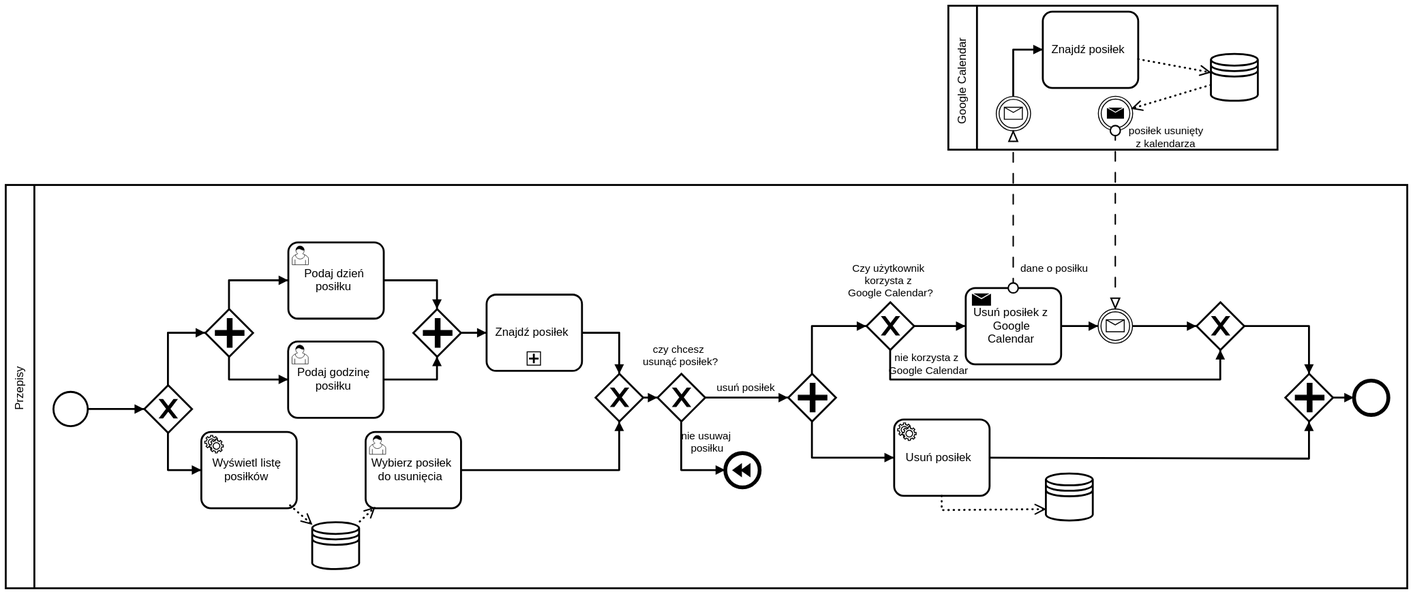
Earlier version of the BPMN export doc/diagramy/usunięcie_posiłku.svg (SebastianLasisz/Przepisy). Its source is kept beside it as doc/diagramy/usunięcie_posiłku.bpmn. Ids are renumbered.
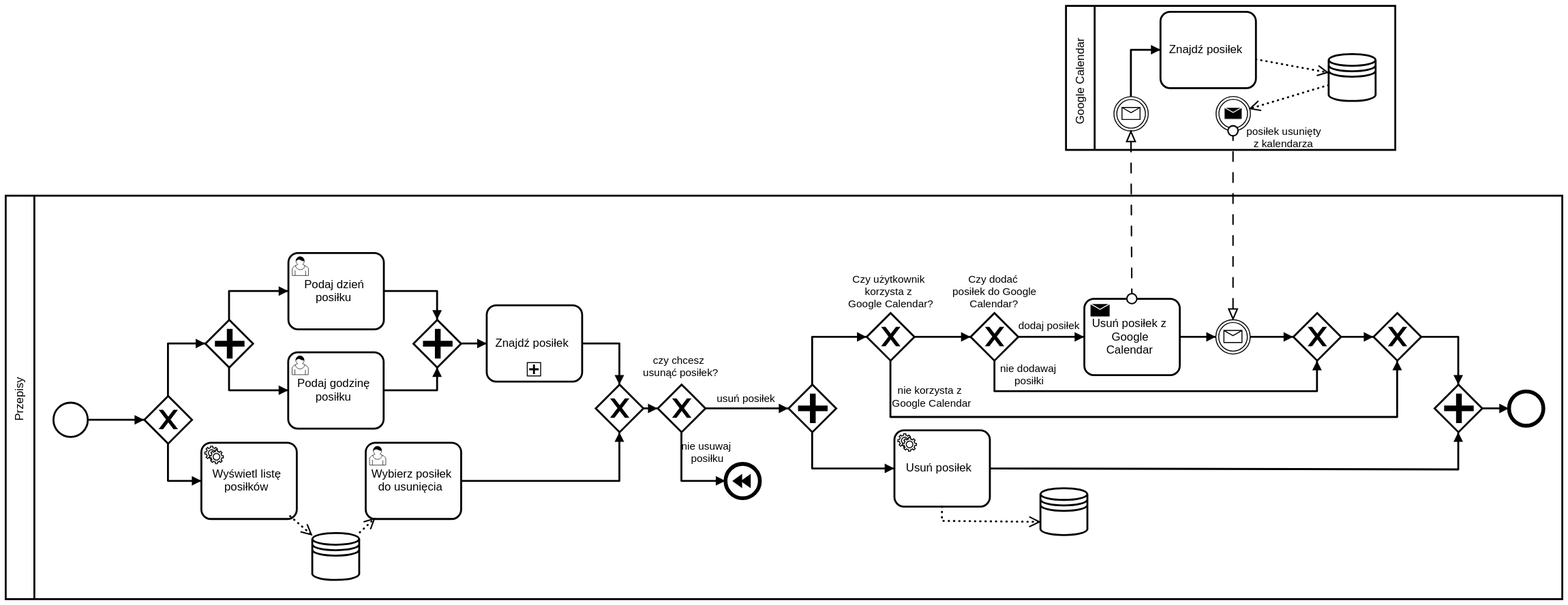
The same file after the commit.

What changed in the source:
```diff
@@ -5,36 +5,10 @@
     <bpmn:messageFlow id="MessageFlow_n5" name="posiłek usunięty z kalendarza" sourceRef="IntermediateThrowEvent_n6" targetRef="IntermediateCatchEvent_n7" />
-    <bpmn:messageFlow id="MessageFlow_n8" name="dane o posiłku" sourceRef="SendTask_n9" targetRef="IntermediateCatchEvent_n10" />
+    <bpmn:messageFlow id="MessageFlow_n62" sourceRef="SendTask_n9" targetRef="IntermediateCatchEvent_n10" />
   </bpmn:collaboration>
   <bpmn:process id="Process_1" isExecutable="false">
-    <bpmn:sequenceFlow id="SequenceFlow_n11" sourceRef="ParallelGateway_n12" targetRef="EndEvent_n13" />
     <bpmn:sequenceFlow id="SequenceFlow_n14" sourceRef="ServiceTask_n15" targetRef="ParallelGateway_n12" />
-    <bpmn:sequenceFlow id="SequenceFlow_n16" sourceRef="ExclusiveGateway_n17" targetRef="ParallelGateway_n12" />
-    <bpmn:sequenceFlow id="SequenceFlow_n18" sourceRef="IntermediateCatchEvent_n7" targetRef="ExclusiveGateway_n17" />
-    <bpmn:sequenceFlow id="SequenceFlow_n19" sourceRef="SendTask_n9" targetRef="IntermediateCatchEvent_n7" />
     <bpmn:sequenceFlow id="SequenceFlow_n20" name="nie korzysta z Google Calendar" sourceRef="ExclusiveGateway_n21" targetRef="ExclusiveGateway_n17" />
-    <bpmn:sequenceFlow id="SequenceFlow_n22" sourceRef="ExclusiveGateway_n21" targetRef="SendTask_n9" />
+    <bpmn:sequenceFlow id="SequenceFlow_n22" sourceRef="ExclusiveGateway_n21" targetRef="ExclusiveGateway_n63" />
     <bpmn:sequenceFlow id="SequenceFlow_n23" sourceRef="ParallelGateway_n24" targetRef="ServiceTask_n15" />
     <bpmn:sequenceFlow id="SequenceFlow_n25" sourceRef="ParallelGateway_n24" targetRef="ExclusiveGateway_n21" />
-    <bpmn:endEvent id="EndEvent_n13">
-      <bpmn:incoming>SequenceFlow_n11</bpmn:incoming>
-    </bpmn:endEvent>
-    <bpmn:sendTask id="SendTask_n9" name="Usuń posiłek z Google Calendar">
-      <bpmn:incoming>SequenceFlow_n22</bpmn:incoming>
-      <bpmn:outgoing>SequenceFlow_n19</bpmn:outgoing>
-    </bpmn:sendTask>
-    <bpmn:parallelGateway id="ParallelGateway_n12">
-      <bpmn:incoming>SequenceFlow_n16</bpmn:incoming>
-      <bpmn:incoming>SequenceFlow_n14</bpmn:incoming>
-      <bpmn:outgoing>SequenceFlow_n11</bpmn:outgoing>
-    </bpmn:parallelGateway>
-    <bpmn:exclusiveGateway id="ExclusiveGateway_n17">
-      <bpmn:incoming>SequenceFlow_n18</bpmn:incoming>
-      <bpmn:incoming>SequenceFlow_n20</bpmn:incoming>
-      <bpmn:outgoing>SequenceFlow_n16</bpmn:outgoing>
-    </bpmn:exclusiveGateway>
-    <bpmn:intermediateCatchEvent id="IntermediateCatchEvent_n7">
-      <bpmn:incoming>SequenceFlow_n19</bpmn:incoming>
-      <bpmn:outgoing>SequenceFlow_n18</bpmn:outgoing>
-      <bpmn:messageEventDefinition />
-    </bpmn:intermediateCatchEvent>
     <bpmn:exclusiveGateway id="ExclusiveGateway_n21" name="Czy użytkownik korzysta z Google Calendar?">
@@ -52,3 +26,2 @@
     </bpmn:startEvent>
-    <bpmn:dataStoreReference id="DataStoreReference_n28" />
     <bpmn:serviceTask id="ServiceTask_n15" name="Usuń posiłek">
@@ -129,2 +102,42 @@
     </bpmn:userTask>
+    <bpmn:sequenceFlow id="SequenceFlow_n19" sourceRef="SendTask_n9" targetRef="IntermediateCatchEvent_n7" />
+    <bpmn:sequenceFlow id="SequenceFlow_n18" sourceRef="IntermediateCatchEvent_n7" targetRef="ExclusiveGateway_n64" />
+    <bpmn:sequenceFlow id="SequenceFlow_n16" sourceRef="ExclusiveGateway_n17" targetRef="ParallelGateway_n12" />
+    <bpmn:sequenceFlow id="SequenceFlow_n11" sourceRef="ParallelGateway_n12" targetRef="EndEvent_n13" />
+    <bpmn:exclusiveGateway id="ExclusiveGateway_n63" name="Czy dodać posiłek do Google Calendar?">
+      <bpmn:incoming>SequenceFlow_n22</bpmn:incoming>
+      <bpmn:outgoing>SequenceFlow_n65</bpmn:outgoing>
+      <bpmn:outgoing>SequenceFlow_n66</bpmn:outgoing>
+    </bpmn:exclusiveGateway>
+    <bpmn:sendTask id="SendTask_n9" name="Usuń posiłek z Google Calendar">
+      <bpmn:incoming>SequenceFlow_n66</bpmn:incoming>
+      <bpmn:outgoing>SequenceFlow_n19</bpmn:outgoing>
+    </bpmn:sendTask>
+    <bpmn:sequenceFlow id="SequenceFlow_n65" name="nie dodawaj posiłki" sourceRef="ExclusiveGateway_n63" targetRef="ExclusiveGateway_n64" />
+    <bpmn:sequenceFlow id="SequenceFlow_n66" name="dodaj posiłek" sourceRef="ExclusiveGateway_n63" targetRef="SendTask_n9" />
+    <bpmn:sequenceFlow id="SequenceFlow_n67" sourceRef="ExclusiveGateway_n64" targetRef="ExclusiveGateway_n17" />
+    <bpmn:intermediateCatchEvent id="IntermediateCatchEvent_n7">
+      <bpmn:incoming>SequenceFlow_n19</bpmn:incoming>
+      <bpmn:outgoing>SequenceFlow_n18</bpmn:outgoing>
+      <bpmn:messageEventDefinition />
+    </bpmn:intermediateCatchEvent>
+    <bpmn:exclusiveGateway id="ExclusiveGateway_n64">
+      <bpmn:incoming>SequenceFlow_n18</bpmn:incoming>
+      <bpmn:incoming>SequenceFlow_n65</bpmn:incoming>
+      <bpmn:outgoing>SequenceFlow_n67</bpmn:outgoing>
+    </bpmn:exclusiveGateway>
+    <bpmn:exclusiveGateway id="ExclusiveGateway_n17">
+      <bpmn:incoming>SequenceFlow_n20</bpmn:incoming>
+      <bpmn:incoming>SequenceFlow_n67</bpmn:incoming>
+      <bpmn:outgoing>SequenceFlow_n16</bpmn:outgoing>
+    </bpmn:exclusiveGateway>
+    <bpmn:parallelGateway id="ParallelGateway_n12">
+      <bpmn:incoming>SequenceFlow_n16</bpmn:incoming>
+      <bpmn:incoming>SequenceFlow_n14</bpmn:incoming>
+      <bpmn:outgoing>SequenceFlow_n11</bpmn:outgoing>
+    </bpmn:parallelGateway>
+    <bpmn:endEvent id="EndEvent_n13">
+      <bpmn:incoming>SequenceFlow_n11</bpmn:incoming>
+    </bpmn:endEvent>
+    <bpmn:dataStoreReference id="DataStoreReference_n28" />
   </bpmn:process>
@@ -138,3 +151,2 @@
     <bpmn:dataStoreReference id="DataStoreReference_n59" />
-    <bpmn:sequenceFlow id="SequenceFlow_n57" sourceRef="IntermediateCatchEvent_n10" targetRef="Task_n56" />
     <bpmn:intermediateCatchEvent id="IntermediateCatchEvent_n10">
@@ -151,2 +163,3 @@
     </bpmn:intermediateThrowEvent>
+    <bpmn:sequenceFlow id="SequenceFlow_n57" sourceRef="IntermediateCatchEvent_n10" targetRef="Task_n56" />
   </bpmn:process>
@@ -155,3 +168,3 @@
       <bpmndi:BPMNShape id="Participant_n2_di" bpmnElement="Participant_n2">
-        <dc:Bounds x="123" y="-115" width="1469" height="423" />
+        <dc:Bounds x="123" y="-115" width="1631" height="423" />
       </bpmndi:BPMNShape>
@@ -164,3 +177,3 @@
       <bpmndi:BPMNShape id="Participant_n3_di" bpmnElement="Participant_n3">
-        <dc:Bounds x="1111" y="-303" width="345" height="151" />
+        <dc:Bounds x="1234" y="-314" width="345" height="151" />
       </bpmndi:BPMNShape>
@@ -174,5 +187,5 @@
         <di:waypoint xsi:type="dc:Point" x="1075" y="33" />
-        <di:waypoint xsi:type="dc:Point" x="1129" y="33" />
+        <di:waypoint xsi:type="dc:Point" x="1134" y="33" />
         <bpmndi:BPMNLabel>
-          <dc:Bounds x="1151" y="54" width="90" height="20" />
+          <dc:Bounds x="1442" y="73" width="90" height="20" />
         </bpmndi:BPMNLabel>
@@ -180,8 +193,8 @@
       <bpmndi:BPMNShape id="SendTask_n9_di" bpmnElement="SendTask_n9">
-        <dc:Bounds x="1129.213" y="-6.810000000000002" width="100" height="80" />
+        <dc:Bounds x="1253.213" y="-6.810000000000002" width="100" height="80" />
       </bpmndi:BPMNShape>
       <bpmndi:BPMNShape id="IntermediateCatchEvent_n10_di" bpmnElement="IntermediateCatchEvent_n10">
-        <dc:Bounds x="1161.213" y="-207.81" width="36" height="36" />
+        <dc:Bounds x="1284.213" y="-218.81" width="36" height="36" />
         <bpmndi:BPMNLabel>
-          <dc:Bounds x="1134.213" y="-171.81" width="90" height="20" />
+          <dc:Bounds x="1257.213" y="-182.81" width="90" height="20" />
         </bpmndi:BPMNLabel>
@@ -189,5 +202,5 @@
       <bpmndi:BPMNShape id="ExclusiveGateway_n17_di" bpmnElement="ExclusiveGateway_n17" isMarkerVisible="true">
-        <dc:Bounds x="1371.213" y="8" width="50" height="50" />
+        <dc:Bounds x="1556.213" y="8" width="50" height="50" />
         <bpmndi:BPMNLabel>
-          <dc:Bounds x="1351.213" y="58" width="90" height="20" />
+          <dc:Bounds x="1536.213" y="58" width="90" height="20" />
         </bpmndi:BPMNLabel>
@@ -195,5 +208,5 @@
       <bpmndi:BPMNShape id="DataStoreReference_n59_di" bpmnElement="DataStoreReference_n59">
-        <dc:Bounds x="1386.213" y="-253" width="50" height="50" />
+        <dc:Bounds x="1509.213" y="-264" width="50" height="50" />
         <bpmndi:BPMNLabel>
-          <dc:Bounds x="1366.213" y="-203" width="90" height="20" />
+          <dc:Bounds x="1489.213" y="-214" width="90" height="20" />
         </bpmndi:BPMNLabel>
@@ -201,5 +214,5 @@
       <bpmndi:BPMNShape id="IntermediateThrowEvent_n6_di" bpmnElement="IntermediateThrowEvent_n6">
-        <dc:Bounds x="1268.213" y="-208" width="36" height="36" />
+        <dc:Bounds x="1391.213" y="-219" width="36" height="36" />
         <bpmndi:BPMNLabel>
-          <dc:Bounds x="1241.213" y="-172" width="90" height="20" />
+          <dc:Bounds x="1364.213" y="-183" width="90" height="20" />
         </bpmndi:BPMNLabel>
@@ -207,9 +220,9 @@
       <bpmndi:BPMNEdge id="DataInputAssociation_n61_di" bpmnElement="DataInputAssociation_n61">
-        <di:waypoint xsi:type="dc:Point" x="1386" y="-220" />
-        <di:waypoint xsi:type="dc:Point" x="1303" y="-195" />
+        <di:waypoint xsi:type="dc:Point" x="1509" y="-231" />
+        <di:waypoint xsi:type="dc:Point" x="1426" y="-206" />
       </bpmndi:BPMNEdge>
       <bpmndi:BPMNShape id="IntermediateCatchEvent_n7_di" bpmnElement="IntermediateCatchEvent_n7">
-        <dc:Bounds x="1268" y="15" width="36" height="36" />
+        <dc:Bounds x="1391" y="15" width="36" height="36" />
         <bpmndi:BPMNLabel>
-          <dc:Bounds x="1241" y="51" width="90" height="20" />
+          <dc:Bounds x="1364" y="51" width="90" height="20" />
         </bpmndi:BPMNLabel>
@@ -217,6 +230,6 @@
       <bpmndi:BPMNEdge id="SequenceFlow_n19_di" bpmnElement="SequenceFlow_n19">
-        <di:waypoint xsi:type="dc:Point" x="1229" y="33" />
-        <di:waypoint xsi:type="dc:Point" x="1268" y="33" />
+        <di:waypoint xsi:type="dc:Point" x="1353" y="33" />
+        <di:waypoint xsi:type="dc:Point" x="1391" y="33" />
         <bpmndi:BPMNLabel>
-          <dc:Bounds x="1353" y="23" width="90" height="20" />
+          <dc:Bounds x="1644" y="42" width="90" height="20" />
         </bpmndi:BPMNLabel>
@@ -224,8 +237,8 @@
       <bpmndi:BPMNEdge id="MessageFlow_n5_di" bpmnElement="MessageFlow_n5">
-        <di:waypoint xsi:type="dc:Point" x="1286" y="-172" />
-        <di:waypoint xsi:type="dc:Point" x="1286" y="-75" />
-        <di:waypoint xsi:type="dc:Point" x="1286" y="-75" />
-        <di:waypoint xsi:type="dc:Point" x="1286" y="15" />
+        <di:waypoint xsi:type="dc:Point" x="1409" y="-183" />
+        <di:waypoint xsi:type="dc:Point" x="1409" y="-88" />
+        <di:waypoint xsi:type="dc:Point" x="1409" y="-88" />
+        <di:waypoint xsi:type="dc:Point" x="1409" y="15" />
         <bpmndi:BPMNLabel>
-          <dc:Bounds x="1295" y="-181" width="90" height="20" />
+          <dc:Bounds x="1418" y="-192" width="90" height="20" />
         </bpmndi:BPMNLabel>
@@ -233,6 +246,6 @@
       <bpmndi:BPMNEdge id="SequenceFlow_n18_di" bpmnElement="SequenceFlow_n18">
-        <di:waypoint xsi:type="dc:Point" x="1304" y="33" />
-        <di:waypoint xsi:type="dc:Point" x="1371" y="33" />
+        <di:waypoint xsi:type="dc:Point" x="1427" y="33" />
+        <di:waypoint xsi:type="dc:Point" x="1472" y="33" />
         <bpmndi:BPMNLabel>
-          <dc:Bounds x="1471" y="23" width="90" height="20" />
+          <dc:Bounds x="1762" y="42" width="90" height="20" />
         </bpmndi:BPMNLabel>
@@ -240,5 +253,5 @@
       <bpmndi:BPMNShape id="EndEvent_n13_di" bpmnElement="EndEvent_n13">
-        <dc:Bounds x="1536.213" y="90.19" width="36" height="36" />
+        <dc:Bounds x="1698.213" y="90.19" width="36" height="36" />
         <bpmndi:BPMNLabel>
-          <dc:Bounds x="1509.213" y="126.19" width="90" height="20" />
+          <dc:Bounds x="1671.213" y="126.19" width="90" height="20" />
         </bpmndi:BPMNLabel>
@@ -261,7 +274,7 @@
         <di:waypoint xsi:type="dc:Point" x="1050" y="58" />
-        <di:waypoint xsi:type="dc:Point" x="1050" y="89" />
-        <di:waypoint xsi:type="dc:Point" x="1396" y="89" />
-        <di:waypoint xsi:type="dc:Point" x="1396" y="58" />
+        <di:waypoint xsi:type="dc:Point" x="1050" y="117" />
+        <di:waypoint xsi:type="dc:Point" x="1581" y="117" />
+        <di:waypoint xsi:type="dc:Point" x="1581" y="58" />
         <bpmndi:BPMNLabel>
-          <dc:Bounds x="1045" y="57" width="90" height="20" />
+          <dc:Bounds x="1048" y="80" width="90" height="20" />
         </bpmndi:BPMNLabel>
@@ -269,7 +282,7 @@
       <bpmndi:BPMNEdge id="SequenceFlow_n16_di" bpmnElement="SequenceFlow_n16">
-        <di:waypoint xsi:type="dc:Point" x="1421" y="33" />
-        <di:waypoint xsi:type="dc:Point" x="1489" y="33" />
-        <di:waypoint xsi:type="dc:Point" x="1489" y="83" />
+        <di:waypoint xsi:type="dc:Point" x="1606" y="33" />
+        <di:waypoint xsi:type="dc:Point" x="1645" y="33" />
+        <di:waypoint xsi:type="dc:Point" x="1645" y="83" />
         <bpmndi:BPMNLabel>
-          <dc:Bounds x="1351" y="73" width="90" height="20" />
+          <dc:Bounds x="1642" y="92" width="90" height="20" />
         </bpmndi:BPMNLabel>
@@ -277,5 +290,5 @@
       <bpmndi:BPMNShape id="ParallelGateway_n12_di" bpmnElement="ParallelGateway_n12">
-        <dc:Bounds x="1464.213" y="83" width="50" height="50" />
+        <dc:Bounds x="1620.213" y="83" width="50" height="50" />
         <bpmndi:BPMNLabel>
-          <dc:Bounds x="1444.213" y="133" width="90" height="20" />
+          <dc:Bounds x="1600.213" y="133" width="90" height="20" />
         </bpmndi:BPMNLabel>
@@ -283,6 +296,6 @@
       <bpmndi:BPMNEdge id="SequenceFlow_n11_di" bpmnElement="SequenceFlow_n11">
-        <di:waypoint xsi:type="dc:Point" x="1514" y="108" />
-        <di:waypoint xsi:type="dc:Point" x="1536" y="108" />
+        <di:waypoint xsi:type="dc:Point" x="1670" y="108" />
+        <di:waypoint xsi:type="dc:Point" x="1698" y="108" />
         <bpmndi:BPMNLabel>
-          <dc:Bounds x="1544.5" y="98" width="90" height="20" />
+          <dc:Bounds x="1835.5" y="117" width="90" height="20" />
         </bpmndi:BPMNLabel>
@@ -294,3 +307,3 @@
         <bpmndi:BPMNLabel>
-          <dc:Bounds x="1183.5" y="98" width="90" height="20" />
+          <dc:Bounds x="1474.5" y="117" width="90" height="20" />
         </bpmndi:BPMNLabel>
@@ -299,6 +312,6 @@
         <di:waypoint xsi:type="dc:Point" x="1154" y="171" />
-        <di:waypoint xsi:type="dc:Point" x="1489" y="172" />
-        <di:waypoint xsi:type="dc:Point" x="1489" y="133" />
+        <di:waypoint xsi:type="dc:Point" x="1645" y="172" />
+        <di:waypoint xsi:type="dc:Point" x="1645" y="133" />
         <bpmndi:BPMNLabel>
-          <dc:Bounds x="1276.5" y="161.5" width="90" height="20" />
+          <dc:Bounds x="1567.5" y="180.5" width="90" height="20" />
         </bpmndi:BPMNLabel>
@@ -306,5 +319,5 @@
       <bpmndi:BPMNShape id="DataStoreReference_n28_di" bpmnElement="DataStoreReference_n28">
-        <dc:Bounds x="1213.213" y="187.19" width="50" height="50" />
+        <dc:Bounds x="1207.213" y="191.19" width="50" height="50" />
         <bpmndi:BPMNLabel>
-          <dc:Bounds x="1193.213" y="237.19" width="90" height="20" />
+          <dc:Bounds x="1187.213" y="241.19" width="90" height="20" />
         </bpmndi:BPMNLabel>
@@ -314,3 +327,3 @@
         <di:waypoint xsi:type="dc:Point" x="1104" y="226" />
-        <di:waypoint xsi:type="dc:Point" x="1213" y="225" />
+        <di:waypoint xsi:type="dc:Point" x="1207" y="227" />
       </bpmndi:BPMNEdge>
@@ -320,10 +333,10 @@
       <bpmndi:BPMNShape id="Task_n56_di" bpmnElement="Task_n56">
-        <dc:Bounds x="1210" y="-296.81" width="100" height="80" />
+        <dc:Bounds x="1333" y="-307.81" width="100" height="80" />
       </bpmndi:BPMNShape>
       <bpmndi:BPMNEdge id="SequenceFlow_n57_di" bpmnElement="SequenceFlow_n57">
-        <di:waypoint xsi:type="dc:Point" x="1179" y="-208" />
-        <di:waypoint xsi:type="dc:Point" x="1179" y="-257" />
-        <di:waypoint xsi:type="dc:Point" x="1210" y="-257" />
+        <di:waypoint xsi:type="dc:Point" x="1302" y="-219" />
+        <di:waypoint xsi:type="dc:Point" x="1302" y="-268" />
+        <di:waypoint xsi:type="dc:Point" x="1333" y="-268" />
         <bpmndi:BPMNLabel>
-          <dc:Bounds x="1124" y="-218.5" width="90" height="20" />
+          <dc:Bounds x="1247" y="-229.5" width="90" height="20" />
         </bpmndi:BPMNLabel>
@@ -331,4 +344,4 @@
       <bpmndi:BPMNEdge id="DataOutputAssociation_n58_di" bpmnElement="DataOutputAssociation_n58">
-        <di:waypoint xsi:type="dc:Point" x="1310" y="-247" />
-        <di:waypoint xsi:type="dc:Point" x="1386" y="-233" />
+        <di:waypoint xsi:type="dc:Point" x="1433" y="-258" />
+        <di:waypoint xsi:type="dc:Point" x="1509" y="-244" />
       </bpmndi:BPMNEdge>
@@ -474,11 +487,2 @@
       </bpmndi:BPMNEdge>
-      <bpmndi:BPMNEdge id="MessageFlow_n8_di" bpmnElement="MessageFlow_n8">
-        <di:waypoint xsi:type="dc:Point" x="1179" y="-7" />
-        <di:waypoint xsi:type="dc:Point" x="1179" y="-89" />
-        <di:waypoint xsi:type="dc:Point" x="1179" y="-89" />
-        <di:waypoint xsi:type="dc:Point" x="1179" y="-172" />
-        <bpmndi:BPMNLabel>
-          <dc:Bounds x="1177.5" y="-37" width="90" height="20" />
-        </bpmndi:BPMNLabel>
-      </bpmndi:BPMNEdge>
       <bpmndi:BPMNShape id="SubProcess_n52_di" bpmnElement="SubProcess_n52">
@@ -508,2 +512,44 @@
       </bpmndi:BPMNEdge>
+      <bpmndi:BPMNShape id="ExclusiveGateway_n63_di" bpmnElement="ExclusiveGateway_n63" isMarkerVisible="true">
+        <dc:Bounds x="1134" y="8" width="50" height="50" />
+        <bpmndi:BPMNLabel>
+          <dc:Bounds x="1114" y="-37" width="90" height="20" />
+        </bpmndi:BPMNLabel>
+      </bpmndi:BPMNShape>
+      <bpmndi:BPMNShape id="ExclusiveGateway_n64_di" bpmnElement="ExclusiveGateway_n64" isMarkerVisible="true">
+        <dc:Bounds x="1472.213" y="8" width="50" height="50" />
+        <bpmndi:BPMNLabel>
+          <dc:Bounds x="1452.213" y="58" width="90" height="20" />
+        </bpmndi:BPMNLabel>
+      </bpmndi:BPMNShape>
+      <bpmndi:BPMNEdge id="SequenceFlow_n65_di" bpmnElement="SequenceFlow_n65">
+        <di:waypoint xsi:type="dc:Point" x="1159" y="58" />
+        <di:waypoint xsi:type="dc:Point" x="1159" y="90" />
+        <di:waypoint xsi:type="dc:Point" x="1497" y="90" />
+        <di:waypoint xsi:type="dc:Point" x="1497" y="58" />
+        <bpmndi:BPMNLabel>
+          <dc:Bounds x="1151" y="57" width="90" height="20" />
+        </bpmndi:BPMNLabel>
+      </bpmndi:BPMNEdge>
+      <bpmndi:BPMNEdge id="SequenceFlow_n66_di" bpmnElement="SequenceFlow_n66">
+        <di:waypoint xsi:type="dc:Point" x="1184" y="33" />
+        <di:waypoint xsi:type="dc:Point" x="1253" y="33" />
+        <bpmndi:BPMNLabel>
+          <dc:Bounds x="1171.5" y="12" width="90" height="20" />
+        </bpmndi:BPMNLabel>
+      </bpmndi:BPMNEdge>
+      <bpmndi:BPMNEdge id="SequenceFlow_n67_di" bpmnElement="SequenceFlow_n67">
+        <di:waypoint xsi:type="dc:Point" x="1522" y="33" />
+        <di:waypoint xsi:type="dc:Point" x="1556" y="33" />
+        <bpmndi:BPMNLabel>
+          <dc:Bounds x="1572.5" y="23" width="90" height="20" />
+        </bpmndi:BPMNLabel>
+      </bpmndi:BPMNEdge>
+      <bpmndi:BPMNEdge id="MessageFlow_n62_di" bpmnElement="MessageFlow_n62">
+        <di:waypoint xsi:type="dc:Point" x="1303" y="-7" />
+        <di:waypoint xsi:type="dc:Point" x="1302" y="-183" />
+        <bpmndi:BPMNLabel>
+          <dc:Bounds x="1257.5" y="-105" width="90" height="20" />
+        </bpmndi:BPMNLabel>
+      </bpmndi:BPMNEdge>
     </bpmndi:BPMNPlane>
```
